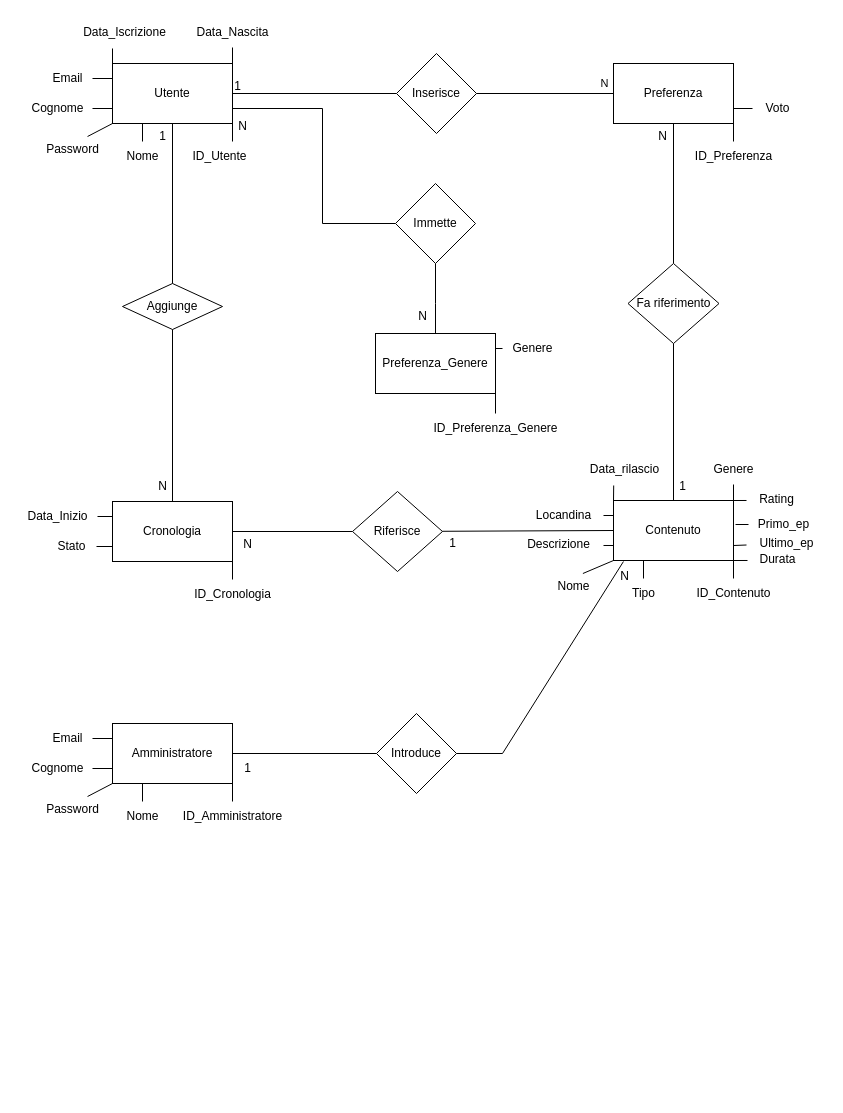
This is Streamify.drawio from berardinellidaniele/Streamify, a draw.io file, before an edit. Source tidied: cells renumbered, new cells numbered last; positions are measured from the earlier drawing's top-left corner, leaving out a move shared by most shapes. Both pictures are drawn from the tidied source at 100%, with x=0, y=0 at pixel (17, 17).
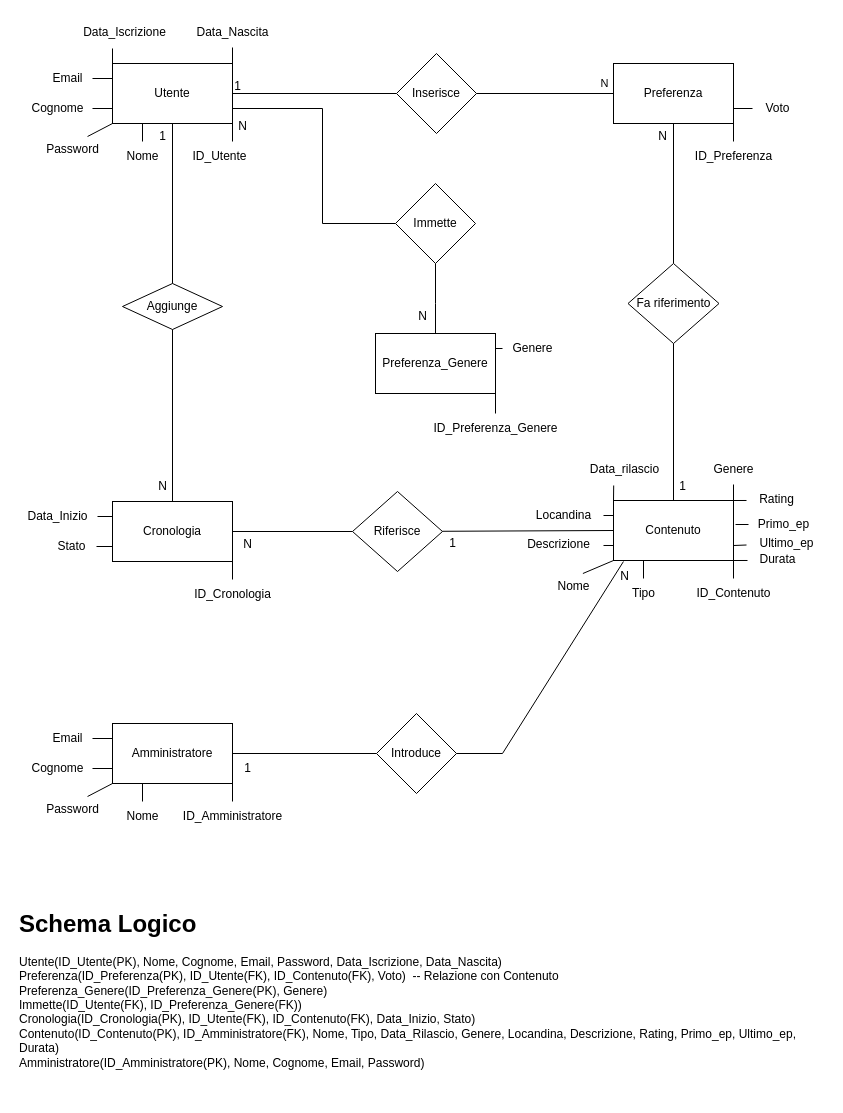
The same page after the edit.

Commit message:
Aggiunto schema Logico

What changed in the source:
```diff
@@
+    <mxCell id="98" value="&lt;h1 style=&quot;margin-top: 0px;&quot;&gt;Schema Logico&lt;br&gt;&lt;/h1&gt;&lt;p&gt;Utente(ID_Utente(PK), Nome, Cognome, Email, Password, Data_Iscrizione, Data_Nascita)&lt;br&gt;Preferenza(ID_Preferenza(PK), ID_Utente(FK), ID_Contenuto(FK), Voto)&amp;nbsp; -- Relazione con Contenuto&lt;br&gt;Preferenza_Genere(ID_Preferenza_Genere(PK), Genere)&lt;br&gt;Immette(ID_Utente(FK), ID_Preferenza_Genere(FK))&lt;br&gt;Cronologia(ID_Cronologia(PK), ID_Utente(FK), ID_Contenuto(FK), Data_Inizio, Stato)&lt;br&gt;Contenuto(ID_Contenuto(PK), ID_Amministratore(FK), Nome, Tipo, Data_Rilascio, Genere, Locandina, Descrizione, Rating, Primo_ep, Ultimo_ep, Durata)&lt;br&gt;Amministratore(ID_Amministratore(PK), Nome, Cognome, Email, Password)&lt;br&gt;&lt;br&gt;&lt;/p&gt;" style="text;html=1;whiteSpace=wrap;overflow=hidden;rounded=0;" parent="1" vertex="1">
+      <mxGeometry y="886" width="804" height="190" as="geometry" />
+    </mxCell>
```
